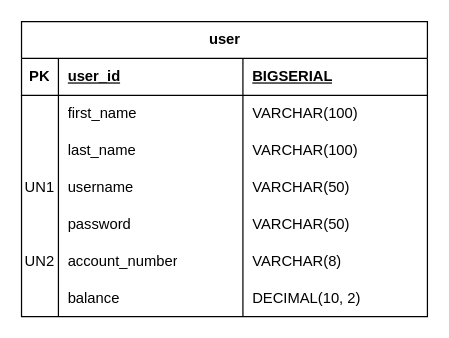
Before: Bank_ERD.drawio in karrma-son/ts-banking-2026, a draw.io diagram. Source tidied: cells renumbered, new cells numbered last; positions are measured from the earlier drawing's top-left corner, leaving out a move shared by most shapes. Both pictures are drawn from the tidied source at 123%, with x=0, y=0 at pixel (21, 21).
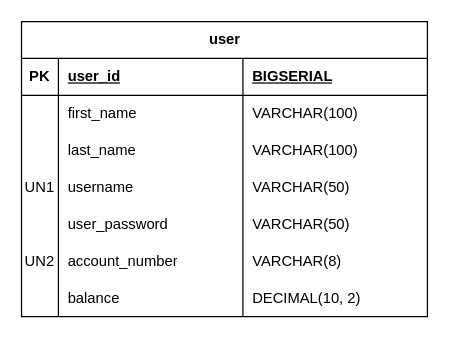
The same page after the edit.

The change refers to these unchanged cells:
```xml
<mxCell id="19" style="shape=tableRow;horizontal=0;startSize=0;swimlaneHead=0;swimlaneBody=0;fillColor=none;top=0;left=0;right=0;bottom=0;" parent="2" vertex="1">
  <mxGeometry y="150" width="330" height="30" as="geometry" />
</mxCell>
```

The edit, as a diff of the source:
```diff
@@
-    <mxCell id="21" value="password" style="shape=partialRectangle;fillColor=none;top=0;left=0;bottom=0;right=0;align=left;spacingLeft=6;overflow=hidden;whiteSpace=wrap;html=1;" parent="19" vertex="1">
+    <mxCell id="21" value="user_password" style="shape=partialRectangle;fillColor=none;top=0;left=0;bottom=0;right=0;align=left;spacingLeft=6;overflow=hidden;whiteSpace=wrap;html=1;" parent="19" vertex="1">
       <mxGeometry x="30" width="150" height="30" as="geometry" />
     </mxCell>
```
